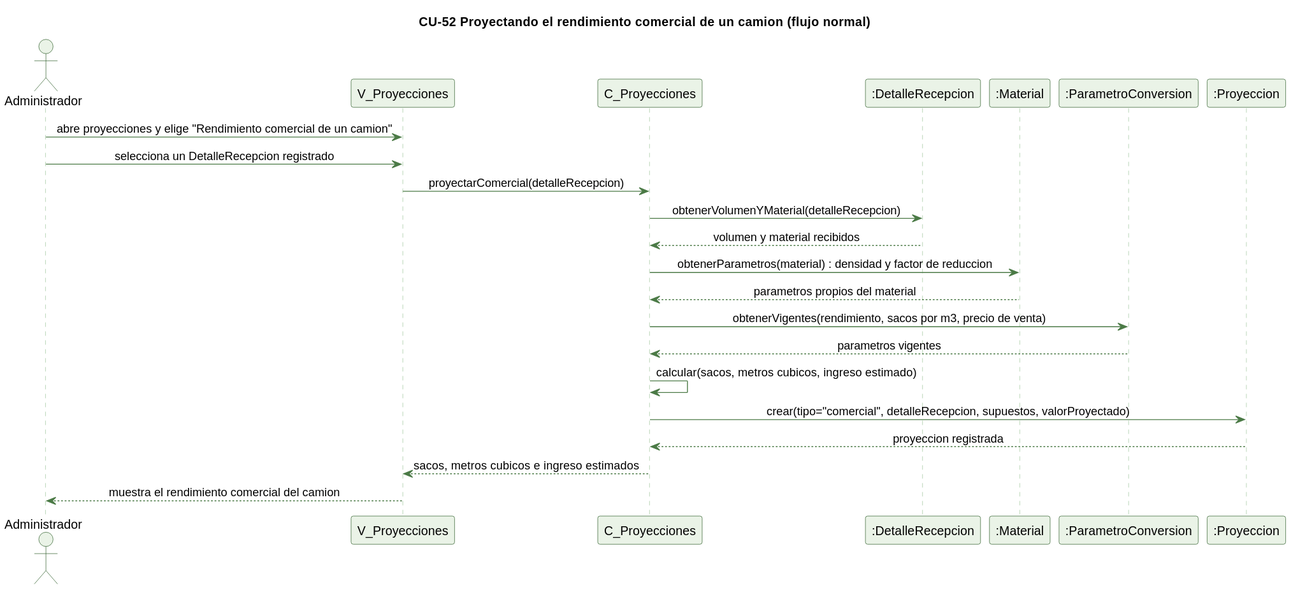
Before: docs/trabajo-grupal/diagramas/secuencias/cu52-rendimiento-comercial-normal.svg, a diagram exported from PlantUML (kenjikaese/Triverde). Its diagram source:
```plantuml
@startuml
skinparam backgroundColor #FFFFFF
skinparam shadowing false
skinparam defaultFontName Helvetica
skinparam sequenceMessageAlign center
skinparam ParticipantBackgroundColor #EAF3E7
skinparam ParticipantBorderColor #2E5E2A
skinparam ActorBackgroundColor #EAF3E7
skinparam ActorBorderColor #2E5E2A
skinparam sequenceLifeLineBorderColor #9CC49A
skinparam ArrowColor #4B7A46

title CU-52 Proyectando el rendimiento comercial de un camion (flujo normal)

actor Administrador
participant "V_Proyecciones" as V
participant "C_Proyecciones" as C
participant ":DetalleRecepcion" as DR
participant ":Material" as M
participant ":ParametroConversion" as PC
participant ":Proyeccion" as P

Administrador -> V : abre proyecciones y elige "Rendimiento comercial de un camion"
Administrador -> V : selecciona un DetalleRecepcion registrado
V -> C : proyectarComercial(detalleRecepcion)
C -> DR : obtenerVolumenYMaterial(detalleRecepcion)
DR --> C : volumen y material recibidos
C -> M : obtenerParametros(material) : densidad y factor de reduccion
M --> C : parametros propios del material
C -> PC : obtenerVigentes(rendimiento, sacos por m3, precio de venta)
PC --> C : parametros vigentes
C -> C : calcular(sacos, metros cubicos, ingreso estimado)
C -> P : crear(tipo="comercial", detalleRecepcion, supuestos, valorProyectado)
P --> C : proyeccion registrada
C --> V : sacos, metros cubicos e ingreso estimados
V --> Administrador : muestra el rendimiento comercial del camion
@enduml
```
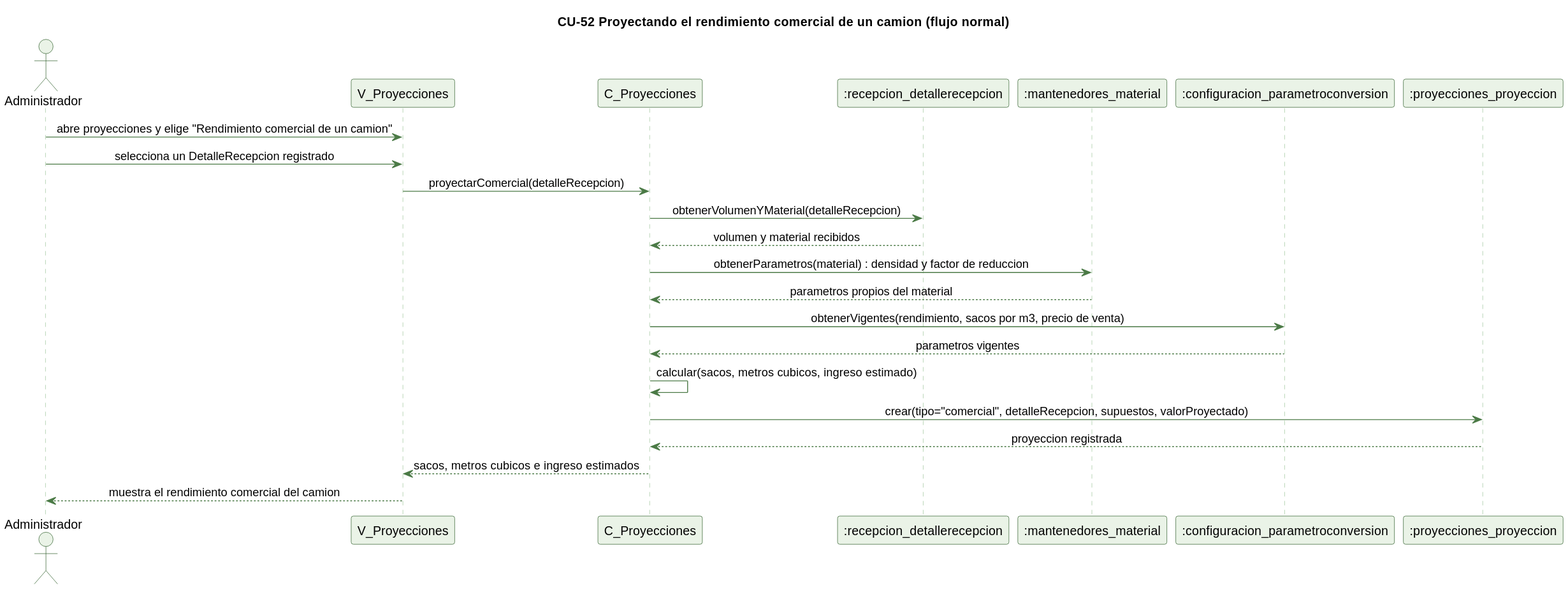
The same file after the commit.

What changed in the source:
```diff
@@ -15,10 +15,10 @@
 actor Administrador
 participant "V_Proyecciones" as V
 participant "C_Proyecciones" as C
-participant ":DetalleRecepcion" as DR
-participant ":Material" as M
-participant ":ParametroConversion" as PC
-participant ":Proyeccion" as P
+participant ":recepcion_detallerecepcion" as DR
+participant ":mantenedores_material" as M
+participant ":configuracion_parametroconversion" as PC
+participant ":proyecciones_proyeccion" as P
 
 Administrador -> V : abre proyecciones y elige "Rendimiento comercial de un camion"
 Administrador -> V : selecciona un DetalleRecepcion registrado
```
